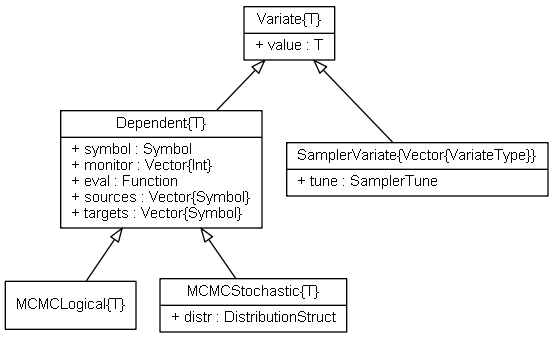
This is doc/images/variateUML.png from brian-j-smith/Mamba.jl, a Graphviz export, as it was before one commit. Its source is kept beside it as doc/images/variateUML.dot.
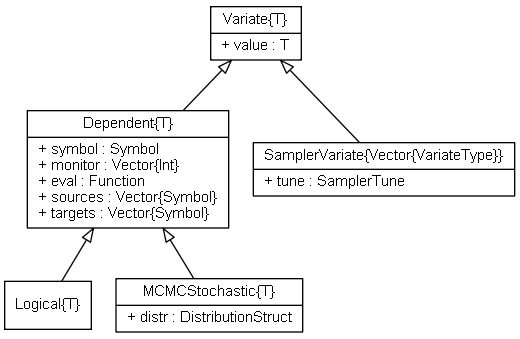
After the commit.

Change to the diagram source:
```diff
@@ -10,14 +10,14 @@
 
 	Dependent [label = "{Dependent\{T\}|+ symbol : Symbol\l+ monitor : Vector\{Int\}\l+ eval : Function\l+ sources : Vector\{Symbol\}\l+ targets : Vector\{Symbol\}\l}"]
 
-	MCMCLogical [label = "{MCMCLogical\{T\}}"]
+	Logical [label = "{Logical\{T\}}"]
 
 	MCMCStochastic [label = "{MCMCStochastic\{T\}|+ distr : DistributionStruct\l}"]
 
 	SamplerVariate [label = "{SamplerVariate\{Vector\{VariateType\}\}|+ tune : SamplerTune\l}"]
 
 	Variate -> Dependent
-	Dependent -> MCMCLogical
+	Dependent -> Logical
 	Dependent -> MCMCStochastic
 	Variate -> SamplerVariate
 
```
